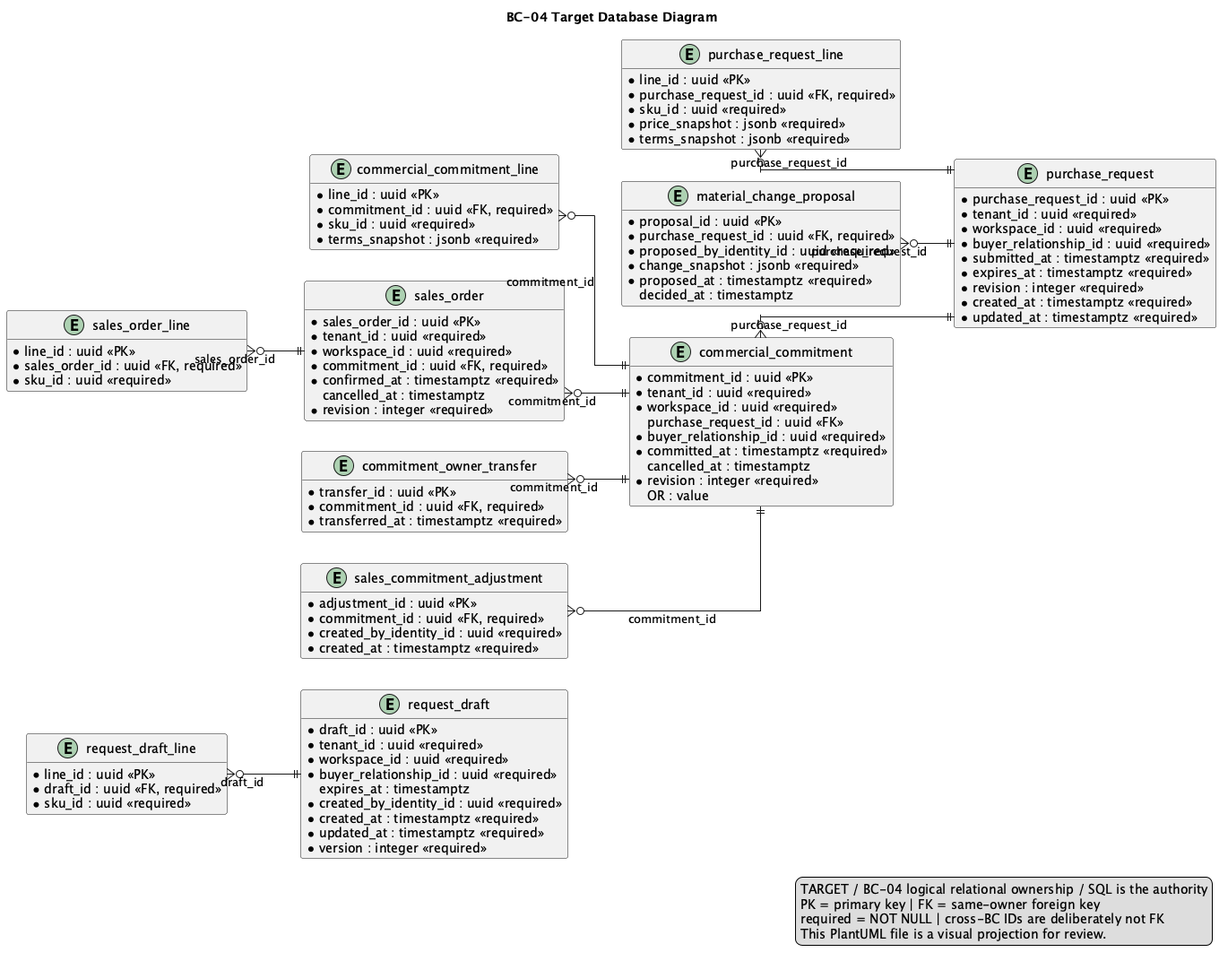
Above: report/assets/chapter-2/tactical/BC-04/database-diagram.png in nexa-suite/mobile-report (PlantUML), before the change.
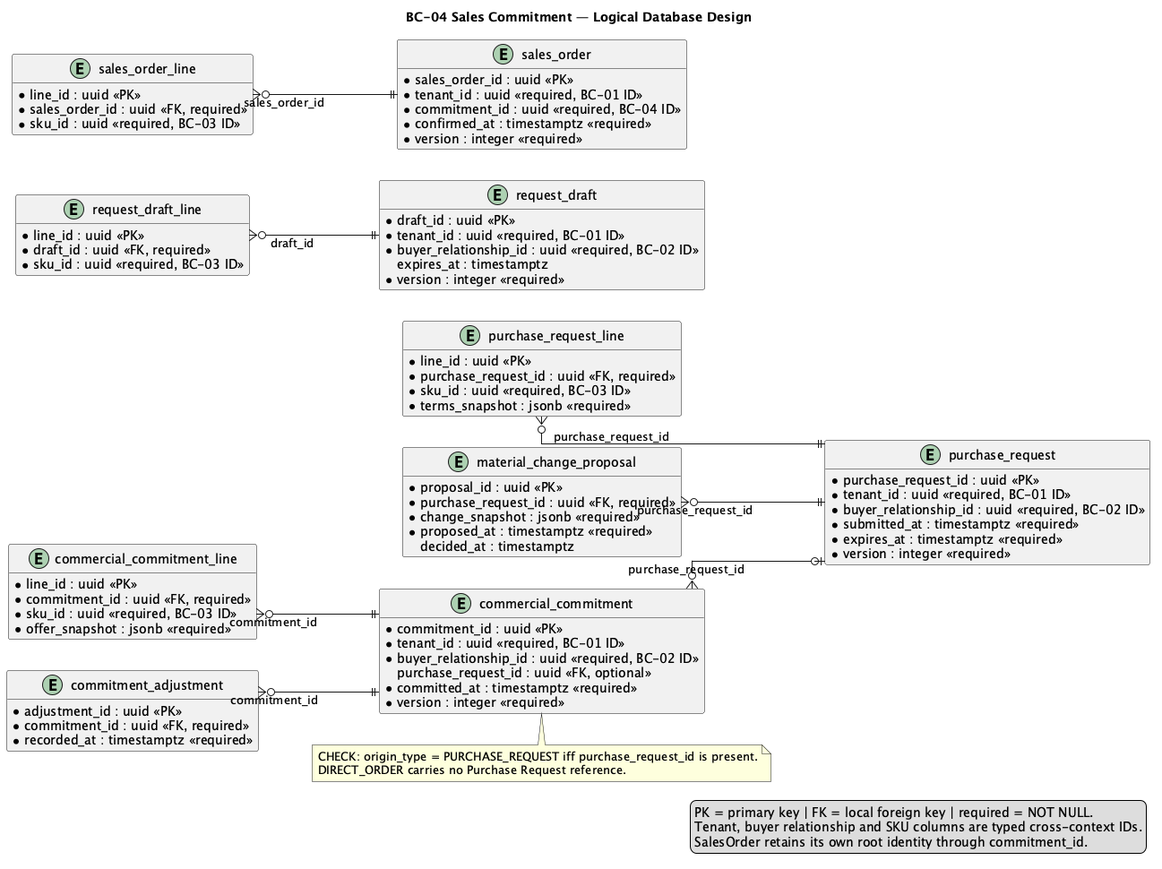
The same file after the commit.

Diff of the diagram source:
```diff
@@ -1,5 +1,5 @@
 @startuml
-title BC-04 Target Database Diagram
+title BC-04 Sales Commitment — Logical Database Design
 left to right direction
 hide methods
 skinparam shadowing false
@@ -10,138 +10,110 @@
   FontColor #0F172A
 }
 
-entity "request_draft" as t_request_draft {
+entity "request_draft" as request_draft {
   * draft_id : uuid <<PK>>
-  * tenant_id : uuid <<required>>
-  * workspace_id : uuid <<required>>
-  * buyer_relationship_id : uuid <<required>>
+  * tenant_id : uuid <<required, BC-01 ID>>
+  * buyer_relationship_id : uuid <<required, BC-02 ID>>
   * status : varchar(32) <<required>>
     expires_at : timestamptz
-  * created_by_identity_id : uuid <<required>>
-  * created_at : timestamptz <<required>>
-  * updated_at : timestamptz <<required>>
   * version : integer <<required>>
 }
 
-entity "request_draft_line" as t_request_draft_line {
+entity "request_draft_line" as request_draft_line {
   * line_id : uuid <<PK>>
   * draft_id : uuid <<FK, required>>
-  * sku_id : uuid <<required>>
+  * sku_id : uuid <<required, BC-03 ID>>
   * quantity : numeric(19,6) <<required>>
-    notes : varchar(500)
 }
 
-entity "purchase_request" as t_purchase_request {
+entity "purchase_request" as purchase_request {
   * purchase_request_id : uuid <<PK>>
-  * tenant_id : uuid <<required>>
-  * workspace_id : uuid <<required>>
-  * buyer_relationship_id : uuid <<required>>
+  * tenant_id : uuid <<required, BC-01 ID>>
+  * buyer_relationship_id : uuid <<required, BC-02 ID>>
   * status : varchar(32) <<required>>
   * submitted_at : timestamptz <<required>>
   * expires_at : timestamptz <<required>>
-  * revision : integer <<required>>
-  * created_at : timestamptz <<required>>
-  * updated_at : timestamptz <<required>>
+  * version : integer <<required>>
 }
 
-entity "purchase_request_line" as t_purchase_request_line {
+entity "purchase_request_line" as purchase_request_line {
   * line_id : uuid <<PK>>
   * purchase_request_id : uuid <<FK, required>>
-  * sku_id : uuid <<required>>
+  * sku_id : uuid <<required, BC-03 ID>>
   * requested_quantity : numeric(19,6) <<required>>
-    accepted_quantity : numeric(19,6)
-  * price_snapshot : jsonb <<required>>
   * terms_snapshot : jsonb <<required>>
 }
 
-entity "material_change_proposal" as t_material_change_proposal {
+entity "material_change_proposal" as material_change_proposal {
   * proposal_id : uuid <<PK>>
   * purchase_request_id : uuid <<FK, required>>
-  * proposed_by_identity_id : uuid <<required>>
   * status : varchar(32) <<required>>
   * change_snapshot : jsonb <<required>>
   * proposed_at : timestamptz <<required>>
     decided_at : timestamptz
 }
 
-entity "commercial_commitment" as t_commercial_commitment {
+entity "commercial_commitment" as commercial_commitment {
   * commitment_id : uuid <<PK>>
-  * tenant_id : uuid <<required>>
-  * workspace_id : uuid <<required>>
+  * tenant_id : uuid <<required, BC-01 ID>>
+  * buyer_relationship_id : uuid <<required, BC-02 ID>>
   * origin_type : varchar(32) <<required>>
-    purchase_request_id : uuid <<FK>>
-  * buyer_relationship_id : uuid <<required>>
+    purchase_request_id : uuid <<FK, optional>>
   * status : varchar(32) <<required>>
   * committed_at : timestamptz <<required>>
-    cancelled_at : timestamptz
-  * revision : integer <<required>>
-    OR : value
+  * version : integer <<required>>
 }
 
-entity "commercial_commitment_line" as t_commercial_commitment_line {
+entity "commercial_commitment_line" as commercial_commitment_line {
   * line_id : uuid <<PK>>
   * commitment_id : uuid <<FK, required>>
-  * sku_id : uuid <<required>>
+  * sku_id : uuid <<required, BC-03 ID>>
   * quantity : numeric(19,6) <<required>>
-  * unit_price : numeric(19,4) <<required>>
-  * currency : char(3) <<required>>
-  * terms_snapshot : jsonb <<required>>
+  * offer_snapshot : jsonb <<required>>
 }
 
-entity "sales_order" as t_sales_order {
-  * sales_order_id : uuid <<PK>>
-  * tenant_id : uuid <<required>>
-  * workspace_id : uuid <<required>>
-  * commitment_id : uuid <<FK, required>>
-  * status : varchar(32) <<required>>
-  * confirmed_at : timestamptz <<required>>
-    cancelled_at : timestamptz
-  * revision : integer <<required>>
-}
-
-entity "sales_order_line" as t_sales_order_line {
-  * line_id : uuid <<PK>>
-  * sales_order_id : uuid <<FK, required>>
-  * sku_id : uuid <<required>>
-  * quantity : numeric(19,6) <<required>>
-  * unit_price : numeric(19,4) <<required>>
-  * currency : char(3) <<required>>
-  * fulfillment_quantity : numeric(19,6) <<required>>
-}
-
-entity "commitment_owner_transfer" as t_commitment_owner_transfer {
-  * transfer_id : uuid <<PK>>
-  * commitment_id : uuid <<FK, required>>
-  * from_owner : varchar(32) <<required>>
-  * to_owner : varchar(32) <<required>>
-  * transferred_at : timestamptz <<required>>
-  * reason : varchar(500) <<required>>
-}
-
-entity "sales_commitment_adjustment" as t_sales_commitment_adjustment {
+entity "commitment_adjustment" as commitment_adjustment {
   * adjustment_id : uuid <<PK>>
   * commitment_id : uuid <<FK, required>>
   * reason : varchar(500) <<required>>
   * quantity_delta : numeric(19,6) <<required>>
-  * amount_delta : numeric(19,4) <<required>>
-  * created_by_identity_id : uuid <<required>>
-  * created_at : timestamptz <<required>>
+  * recorded_at : timestamptz <<required>>
 }
 
-t_request_draft_line }o--|| t_request_draft : draft_id
-t_purchase_request_line }o--|| t_purchase_request : purchase_request_id
-t_material_change_proposal }o--|| t_purchase_request : purchase_request_id
-t_commercial_commitment }o--|| t_purchase_request : purchase_request_id
-t_commercial_commitment_line }o--|| t_commercial_commitment : commitment_id
-t_sales_order }o--|| t_commercial_commitment : commitment_id
-t_sales_order_line }o--|| t_sales_order : sales_order_id
-t_commitment_owner_transfer }o--|| t_commercial_commitment : commitment_id
-t_sales_commitment_adjustment }o--|| t_commercial_commitment : commitment_id
+entity "sales_order" as sales_order {
+  * sales_order_id : uuid <<PK>>
+  * tenant_id : uuid <<required, BC-01 ID>>
+  * commitment_id : uuid <<required, BC-04 ID>>
+  * status : varchar(32) <<required>>
+  * confirmed_at : timestamptz <<required>>
+  * version : integer <<required>>
+}
+
+entity "sales_order_line" as sales_order_line {
+  * line_id : uuid <<PK>>
+  * sales_order_id : uuid <<FK, required>>
+  * sku_id : uuid <<required, BC-03 ID>>
+  * quantity : numeric(19,6) <<required>>
+  * unit_price : numeric(19,4) <<required>>
+  * currency : char(3) <<required>>
+}
+
+request_draft_line }o--|| request_draft : draft_id
+purchase_request_line }o--|| purchase_request : purchase_request_id
+material_change_proposal }o--|| purchase_request : purchase_request_id
+commercial_commitment }o--o| purchase_request : purchase_request_id
+commercial_commitment_line }o--|| commercial_commitment : commitment_id
+commitment_adjustment }o--|| commercial_commitment : commitment_id
+sales_order_line }o--|| sales_order : sales_order_id
+
+note bottom of commercial_commitment
+CHECK: origin_type = PURCHASE_REQUEST iff purchase_request_id is present.
+DIRECT_ORDER carries no Purchase Request reference.
+end note
 
 legend right
-TARGET / BC-04 logical relational ownership / SQL is the authority
-PK = primary key | FK = same-owner foreign key
-required = NOT NULL | cross-BC IDs are deliberately not FK
-This PlantUML file is a visual projection for review.
+PK = primary key | FK = local foreign key | required = NOT NULL.
+Tenant, buyer relationship and SKU columns are typed cross-context IDs.
+SalesOrder retains its own root identity through commitment_id.
 endlegend
 @enduml
```
